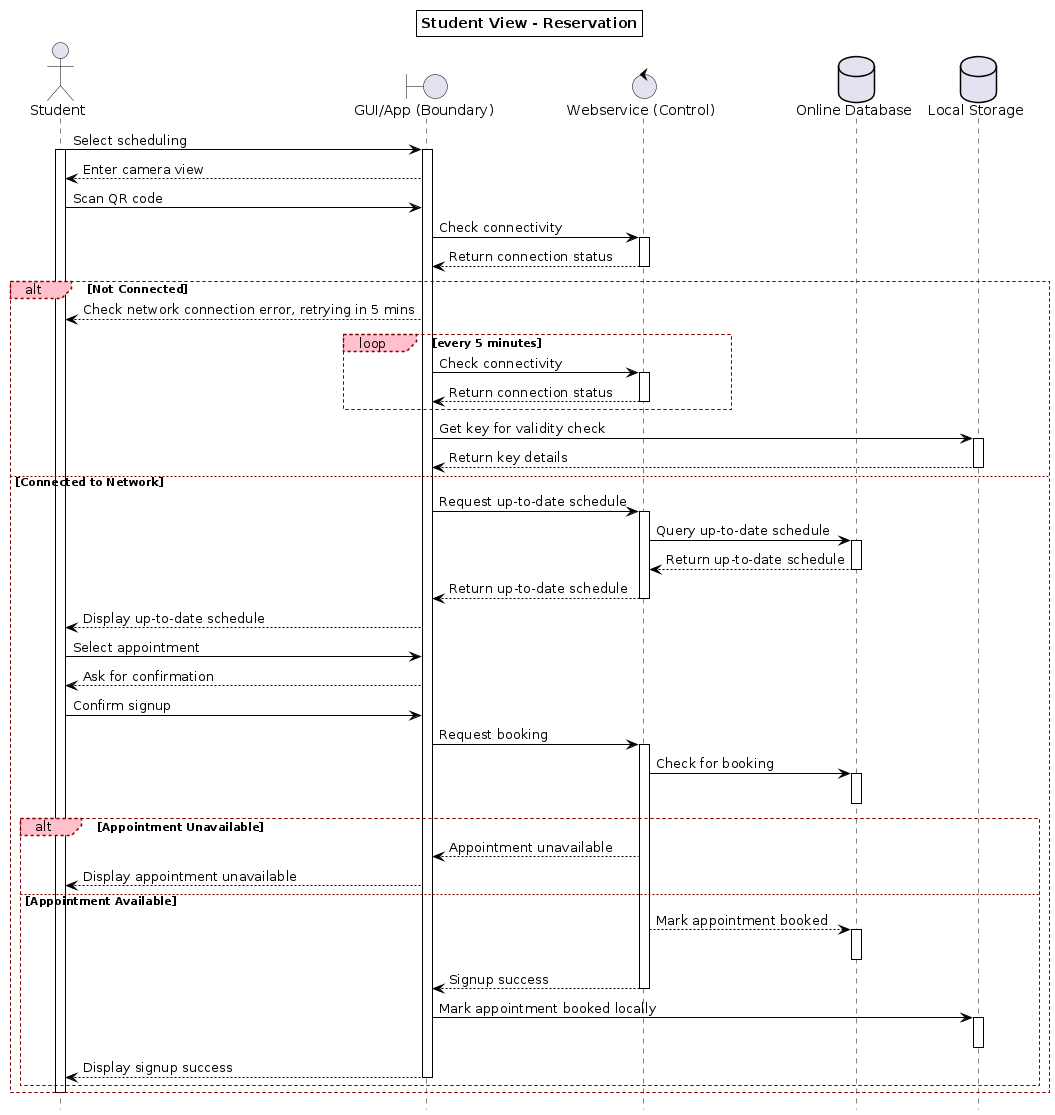
Before: uml/sequence1/student/png/student_schedule_appt.png, a diagram exported from PlantUML (sebastien-andre/capstone1).
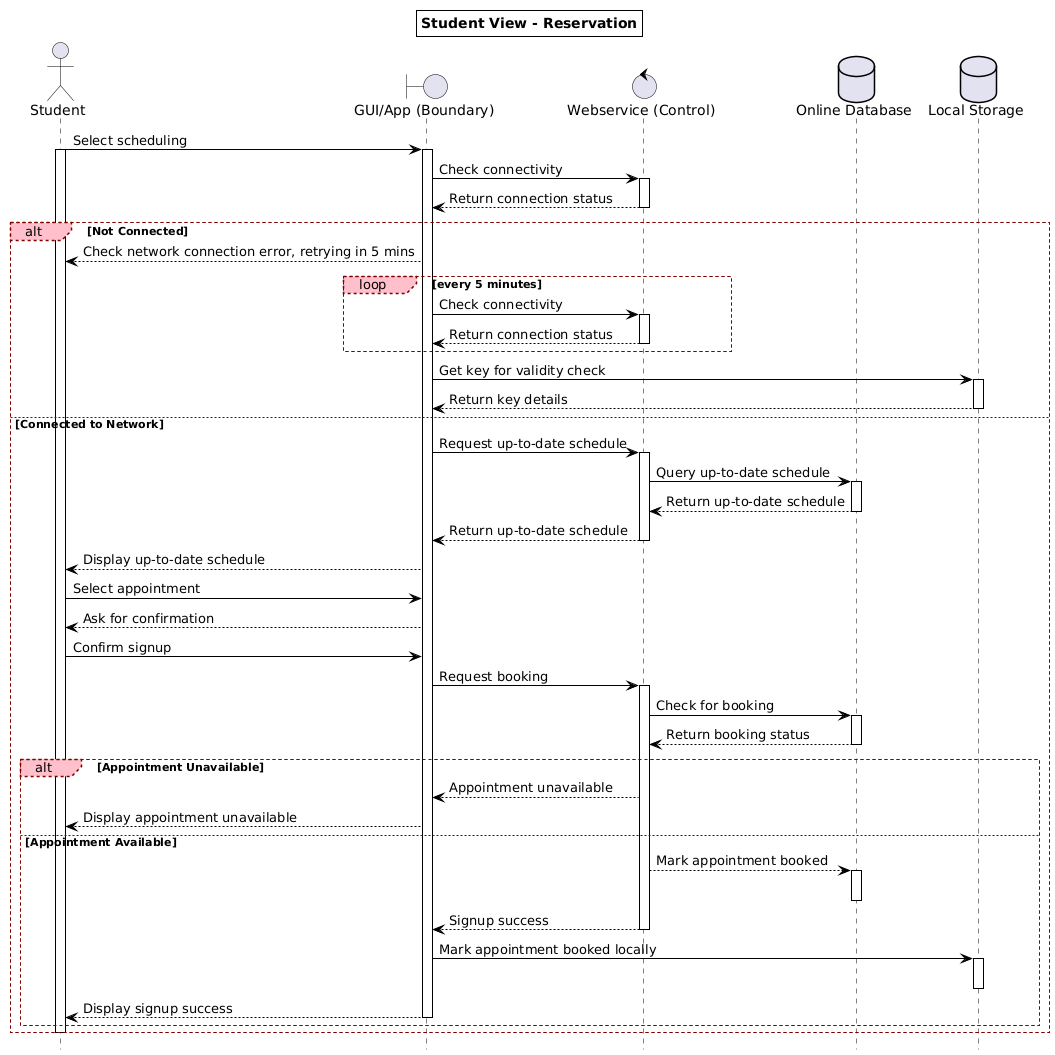
After the commit.

Commit message:
worked on student, tutor views

What changed in the source:
```diff
@@ -36,11 +36,10 @@
 database "Online Database" as db
 database "Local Storage" as ls
 
+
 s -> gui: Select scheduling
 activate s
 activate gui
-gui --> s: Enter camera view
-s -> gui: Scan QR code
 gui -> ws: Check connectivity
 activate ws
 ws --> gui: Return connection status
@@ -76,6 +75,7 @@
     activate ws
     ws -> db: Check for booking
     activate db
+    db --> ws: Return booking status
     deactivate db
 
     alt Appointment Unavailable
```
